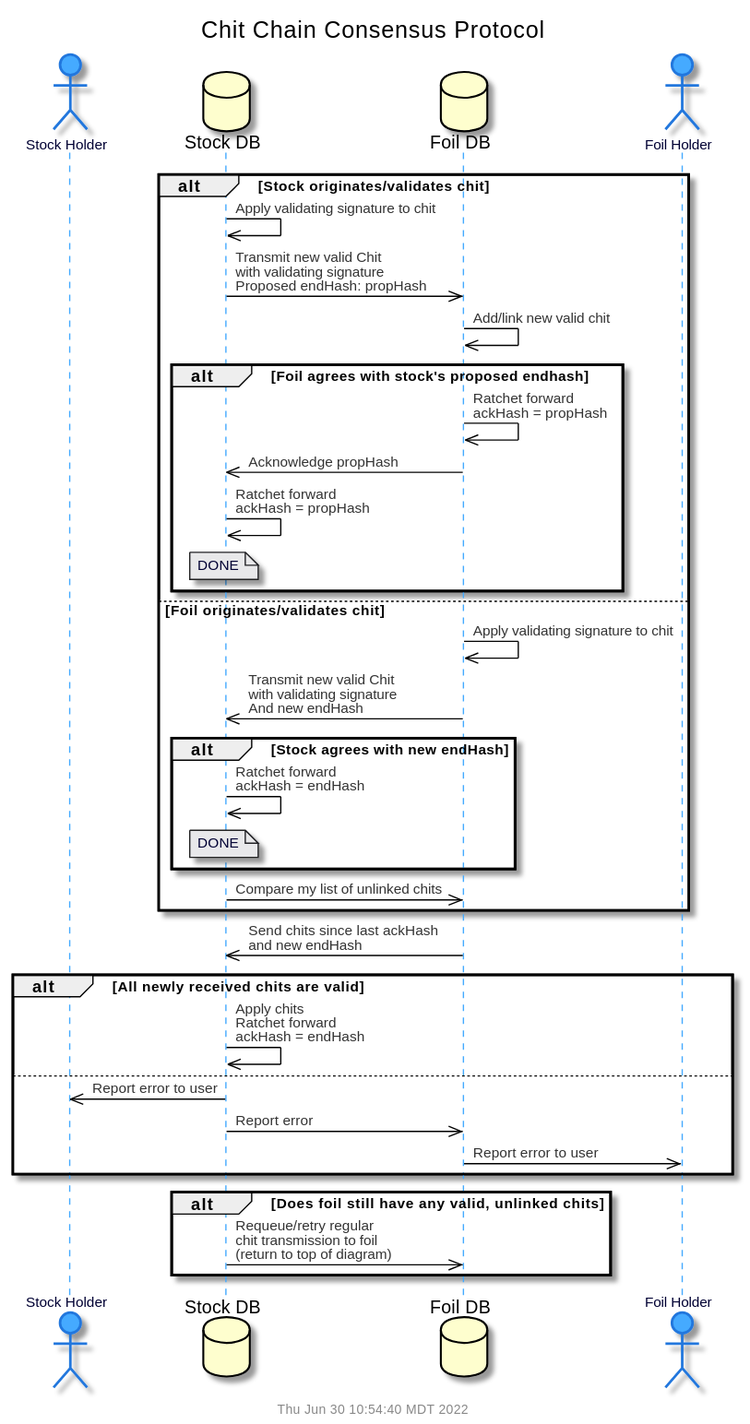
Above: doc/uml/seq-cons.svg in gotchoices/MyCHIPs (PlantUML), before the change. Its diagram source:
```plantuml
@startuml
!include common.puml
$title(Chit Chain Consensus Protocol)
actor "Stock Holder" as vendor
database "Stock DB" as stock
database "Foil DB" as foil
actor "Foil Holder" as client

alt Stock originates/validates chit
  stock		->>	stock:		Apply validating signature to chit
  stock		->>	foil:		Transmit new valid Chit\nwith validating signature\nProposed endHash: propHash
  foil		->>	foil:		Add/link new valid chit

  alt Foil agrees with stock's proposed endhash
    foil		->>	foil:		Ratchet forward\nackHash = propHash
    foil		->>	stock:		Acknowledge propHash
    stock		->>	stock:		Ratchet forward\nackHash = propHash
    note over stock: DONE
  end

else Foil originates/validates chit
  foil		->>	foil:		Apply validating signature to chit
  foil		->>	stock:		Transmit new valid Chit\nwith validating signature\nAnd new endHash

  alt Stock agrees with new endHash
    stock		->>	stock:		Ratchet forward\nackHash = endHash
    note over stock: DONE
  end

  stock		->>	foil:		Compare my list of unlinked chits
end

foil		->>	stock:		Send chits since last ackHash\nand new endHash

alt All newly received chits are valid
  stock		->>	stock:		Apply chits\nRatchet forward\nackHash = endHash
else
  stock		->>	vendor:		Report error to user
  stock		->>	foil:		Report error
  foil		->>	client:		Report error to user
end

alt Does foil still have any valid, unlinked chits
  stock		->>	foil:		Requeue/retry regular\nchit transmission to foil\n(return to top of diagram)
end

@enduml
```
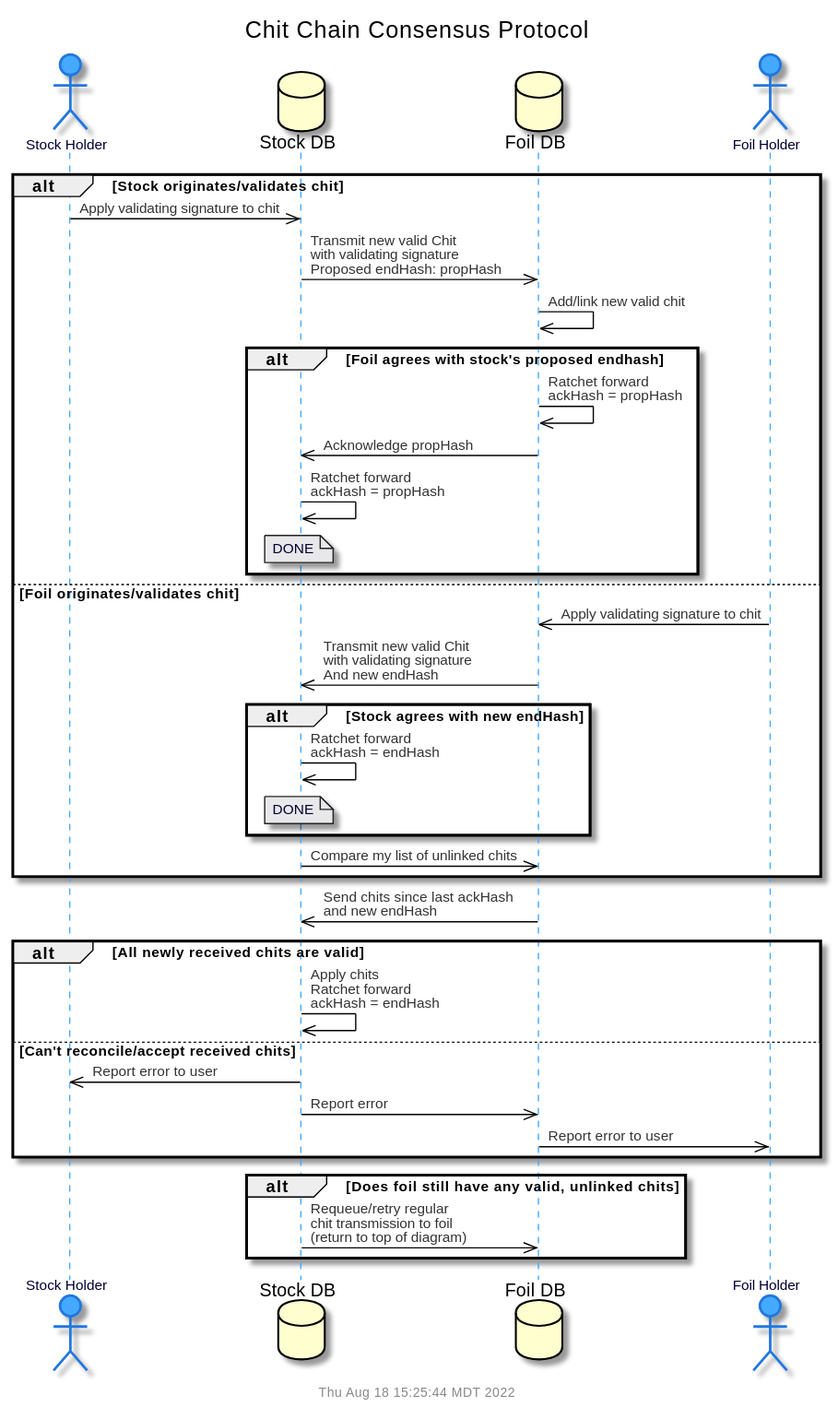
After the change.

Change to the diagram source:
```diff
@@ -7,7 +7,7 @@
 actor "Foil Holder" as client
 
 alt Stock originates/validates chit
-  stock		->>	stock:		Apply validating signature to chit
+  vendor	->>	stock:		Apply validating signature to chit
   stock		->>	foil:		Transmit new valid Chit\nwith validating signature\nProposed endHash: propHash
   foil		->>	foil:		Add/link new valid chit
 
@@ -19,7 +19,7 @@
   end
 
 else Foil originates/validates chit
-  foil		->>	foil:		Apply validating signature to chit
+  client	->>	foil:		Apply validating signature to chit
   foil		->>	stock:		Transmit new valid Chit\nwith validating signature\nAnd new endHash
 
   alt Stock agrees with new endHash
@@ -34,7 +34,7 @@
 
 alt All newly received chits are valid
   stock		->>	stock:		Apply chits\nRatchet forward\nackHash = endHash
-else
+else Can't reconcile/accept received chits
   stock		->>	vendor:		Report error to user
   stock		->>	foil:		Report error
   foil		->>	client:		Report error to user
```
